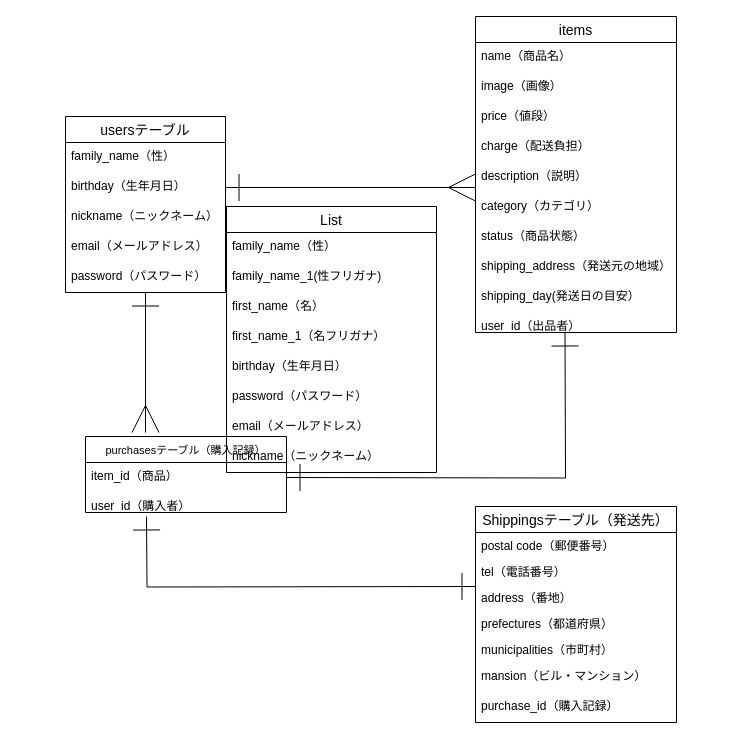
kotaro-ktr/furima-35485 keeps this draw.io diagram as furima.dio. Above is the earlier version. Source tidied: cells renumbered, new cells numbered last; positions are measured from the earlier drawing's top-left corner, leaving out a move shared by most shapes. Both pictures are drawn from the tidied source at 100%, with x=0, y=0 at pixel (65, 16).
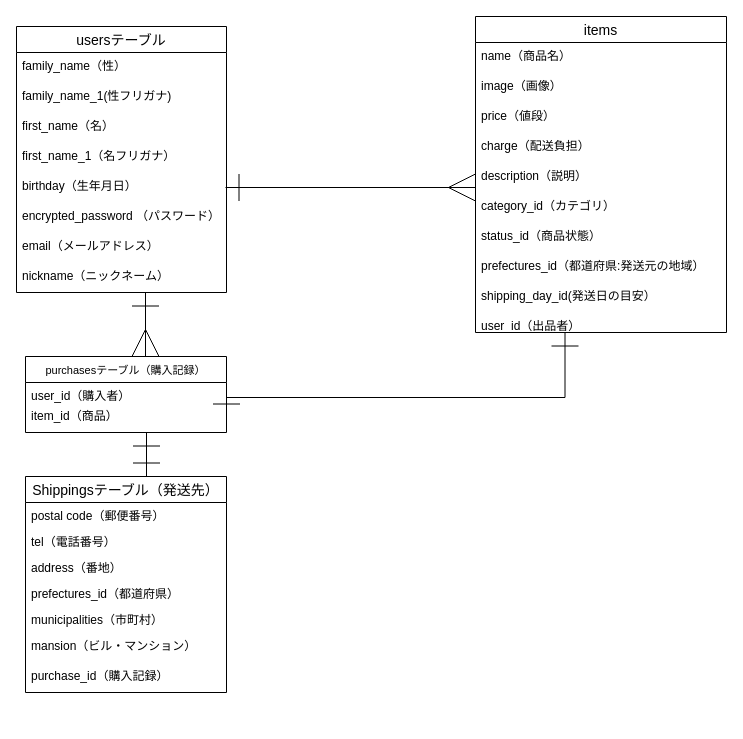
Above is the later version.

Commit message (it also covers changes not shown here):
テーブル作成とER図作成3

Diff of the diagram source:
```diff
@@
-    <mxCell id="2" value="usersテーブル" style="swimlane;fontStyle=0;horizontal=1;startSize=26;align=center;fontSize=14;" parent="1" vertex="1">
-      <mxGeometry y="100" width="160" height="176" as="geometry" />
-    </mxCell>
-    <mxCell id="3" value="family_name（性）" style="text;strokeColor=none;fillColor=none;spacingLeft=4;spacingRight=4;overflow=hidden;fontSize=12;" parent="2" vertex="1">
-      <mxGeometry y="26" width="160" height="30" as="geometry" />
-    </mxCell>
-    <mxCell id="4" value="birthday（生年月日）" style="text;strokeColor=none;fillColor=none;spacingLeft=4;spacingRight=4;overflow=hidden;points=[[0,0.5],[1,0.5]];portConstraint=eastwest;fontSize=12;" parent="2" vertex="1">
-      <mxGeometry y="56" width="160" height="30" as="geometry" />
-    </mxCell>
-    <mxCell id="5" value="nickname（ニックネーム）" style="text;strokeColor=none;fillColor=none;spacingLeft=4;spacingRight=4;overflow=hidden;fontSize=12;" parent="2" vertex="1">
-      <mxGeometry y="86" width="160" height="30" as="geometry" />
-    </mxCell>
-    <mxCell id="6" value="email（メールアドレス）" style="text;strokeColor=none;fillColor=none;spacingLeft=4;spacingRight=4;overflow=hidden;fontSize=12;" parent="2" vertex="1">
-      <mxGeometry y="116" width="160" height="30" as="geometry" />
-    </mxCell>
-    <mxCell id="7" value="password（パスワード）" style="text;strokeColor=none;fillColor=none;spacingLeft=4;spacingRight=4;overflow=hidden;fontSize=12;" parent="2" vertex="1">
-      <mxGeometry y="146" width="160" height="30" as="geometry" />
-    </mxCell>
-    <mxCell id="8" style="rounded=0;jettySize=auto;html=1;entryX=1;entryY=0.5;entryDx=0;entryDy=0;endArrow=ERone;endFill=0;startArrow=ERmany;startFill=0;endSize=25;startSize=25;" parent="1" edge="1" target="4">
+    <mxCell id="8" style="rounded=0;orthogonalLoop=1;jettySize=auto;html=1;entryX=1;entryY=0.5;entryDx=0;entryDy=0;endArrow=ERone;endFill=0;startArrow=ERmany;startFill=0;endSize=25;startSize=25;" parent="1" edge="1">
       <mxGeometry x="119" y="40" as="geometry">
         <mxPoint x="410" y="171" as="sourcePoint" />
+        <mxPoint x="160" y="171" as="targetPoint" />
       </mxGeometry>
     </mxCell>
-    <mxCell id="9" style="rounded=0;orthogonalLoop=1;jettySize=auto;html=1;startArrow=ERone;startFill=0;endArrow=ERone;endFill=0;startSize=25;endSize=25;edgeStyle=orthogonalEdgeStyle;exitX=1;exitY=0.5;exitDx=0;exitDy=0;" parent="1" edge="1">
+    <mxCell id="9" style="rounded=0;jettySize=auto;html=1;startArrow=ERone;startFill=0;endArrow=ERone;endFill=0;startSize=25;endSize=25;edgeStyle=orthogonalEdgeStyle;exitX=1;exitY=0.5;exitDx=0;exitDy=0;" parent="1" edge="1" source="12">
       <mxGeometry x="117.5" y="36" as="geometry">
-        <mxPoint x="221" y="461" as="sourcePoint" />
         <mxPoint x="499.5" y="316" as="targetPoint" />
+        <Array as="points">
+          <mxPoint x="500" y="381" />
+        </Array>
       </mxGeometry>
     </mxCell>
-    <mxCell id="10" style="rounded=0;jettySize=auto;html=1;startArrow=ERmany;startFill=0;endArrow=ERone;endFill=0;startSize=25;endSize=25;" parent="1" edge="1" target="2">
+    <mxCell id="10" style="rounded=0;orthogonalLoop=1;jettySize=auto;html=1;startArrow=ERmany;startFill=0;endArrow=ERone;endFill=0;startSize=25;endSize=25;" parent="1" edge="1">
       <mxGeometry x="119" y="40" as="geometry">
-        <mxPoint x="80" y="416" as="sourcePoint" />
+        <mxPoint x="80" y="340" as="sourcePoint" />
+        <mxPoint x="80" y="276" as="targetPoint" />
       </mxGeometry>
     </mxCell>
     <mxCell id="11" value="purchasesテーブル（購入記録）" style="swimlane;fontStyle=0;horizontal=1;startSize=26;fillColor=none;fontSize=11;" parent="1" vertex="1">
-      <mxGeometry x="20" y="420" width="201" height="76" as="geometry" />
+      <mxGeometry x="-40" y="340" width="201" height="76" as="geometry" />
     </mxCell>
+    <mxCell id="13" value="user_id（購入者）" style="text;strokeColor=none;fillColor=none;spacingLeft=4;spacingRight=4;overflow=hidden;fontSize=12;" parent="11" vertex="1">
+      <mxGeometry y="26" width="201" height="20" as="geometry" />
+    </mxCell>
     <mxCell id="12" value="item_id（商品）" style="text;strokeColor=none;fillColor=none;spacingLeft=4;spacingRight=4;overflow=hidden;points=[[0,0.5],[1,0.5]];portConstraint=eastwest;fontSize=12;" parent="11" vertex="1">
-      <mxGeometry y="26" width="201" height="30" as="geometry" />
+      <mxGeometry y="46" width="201" height="30" as="geometry" />
     </mxCell>
-    <mxCell id="13" value="user_id（購入者）" style="text;strokeColor=none;fillColor=none;spacingLeft=4;spacingRight=4;overflow=hidden;fontSize=12;" parent="11" vertex="1">
-      <mxGeometry y="56" width="201" height="20" as="geometry" />
-    </mxCell>
     <mxCell id="14" style="rounded=0;orthogonalLoop=1;jettySize=auto;html=1;endArrow=ERone;endFill=0;startArrow=ERone;startFill=0;endSize=25;startSize=25;edgeStyle=orthogonalEdgeStyle;" parent="1" edge="1">
-      <mxGeometry x="119" y="439" as="geometry">
-        <mxPoint x="410" y="570" as="sourcePoint" />
-        <mxPoint x="81" y="500" as="targetPoint" />
+      <mxGeometry x="119" y="355" as="geometry">
+        <mxPoint x="81" y="460" as="sourcePoint" />
+        <mxPoint x="81" y="416" as="targetPoint" />
       </mxGeometry>
     </mxCell>
     <mxCell id="15" value="items" style="swimlane;fontStyle=0;horizontal=1;startSize=26;align=center;fontSize=14;" parent="1" vertex="1">
-      <mxGeometry x="410" width="201" height="316" as="geometry" />
+      <mxGeometry x="410" width="251" height="316" as="geometry" />
     </mxCell>
     <mxCell id="16" value="name（商品名）" style="text;strokeColor=none;fillColor=none;spacingLeft=4;spacingRight=4;overflow=hidden;fontSize=12;" parent="15" vertex="1">
-      <mxGeometry y="26" width="201" height="30" as="geometry" />
+      <mxGeometry y="26" width="251" height="30" as="geometry" />
     </mxCell>
     <mxCell id="17" value="image（画像）" style="text;strokeColor=none;fillColor=none;spacingLeft=4;spacingRight=4;overflow=hidden;fontSize=12;" parent="15" vertex="1">
-      <mxGeometry y="56" width="201" height="30" as="geometry" />
+      <mxGeometry y="56" width="251" height="30" as="geometry" />
     </mxCell>
     <mxCell id="18" value="price（値段）" style="text;strokeColor=none;fillColor=none;spacingLeft=4;spacingRight=4;overflow=hidden;fontSize=12;" parent="15" vertex="1">
-      <mxGeometry y="86" width="201" height="30" as="geometry" />
+      <mxGeometry y="86" width="251" height="30" as="geometry" />
     </mxCell>
     <mxCell id="19" value="charge（配送負担）" style="text;strokeColor=none;fillColor=none;spacingLeft=4;spacingRight=4;overflow=hidden;fontSize=12;" parent="15" vertex="1">
-      <mxGeometry y="116" width="201" height="30" as="geometry" />
+      <mxGeometry y="116" width="251" height="30" as="geometry" />
     </mxCell>
     <mxCell id="20" value="description（説明）" style="text;strokeColor=none;fillColor=none;spacingLeft=4;spacingRight=4;overflow=hidden;fontSize=12;" parent="15" vertex="1">
-      <mxGeometry y="146" width="201" height="30" as="geometry" />
+      <mxGeometry y="146" width="251" height="30" as="geometry" />
     </mxCell>
-    <mxCell id="21" value="category（カテゴリ）" style="text;strokeColor=none;fillColor=none;spacingLeft=4;spacingRight=4;overflow=hidden;fontSize=12;" parent="15" vertex="1">
-      <mxGeometry y="176" width="201" height="30" as="geometry" />
+    <mxCell id="21" value="category_id（カテゴリ）" style="text;strokeColor=none;fillColor=none;spacingLeft=4;spacingRight=4;overflow=hidden;fontSize=12;" parent="15" vertex="1">
+      <mxGeometry y="176" width="251" height="30" as="geometry" />
     </mxCell>
-    <mxCell id="22" value="status（商品状態）" style="text;strokeColor=none;fillColor=none;spacingLeft=4;spacingRight=4;overflow=hidden;fontSize=12;" parent="15" vertex="1">
-      <mxGeometry y="206" width="201" height="30" as="geometry" />
+    <mxCell id="22" value="status_id（商品状態）" style="text;strokeColor=none;fillColor=none;spacingLeft=4;spacingRight=4;overflow=hidden;fontSize=12;" parent="15" vertex="1">
+      <mxGeometry y="206" width="251" height="30" as="geometry" />
     </mxCell>
-    <mxCell id="23" value="shipping_address（発送元の地域）" style="text;strokeColor=none;fillColor=none;spacingLeft=4;spacingRight=4;overflow=hidden;fontSize=12;" parent="15" vertex="1">
-      <mxGeometry y="236" width="201" height="30" as="geometry" />
+    <mxCell id="23" value="prefectures_id（都道府県:発送元の地域）" style="text;strokeColor=none;fillColor=none;spacingLeft=4;spacingRight=4;overflow=hidden;fontSize=12;" parent="15" vertex="1">
+      <mxGeometry y="236" width="251" height="30" as="geometry" />
     </mxCell>
-    <mxCell id="24" value="shipping_day(発送日の目安）" style="text;strokeColor=none;fillColor=none;spacingLeft=4;spacingRight=4;overflow=hidden;fontSize=12;" parent="15" vertex="1">
-      <mxGeometry y="266" width="201" height="30" as="geometry" />
+    <mxCell id="24" value="shipping_day_id(発送日の目安）" style="text;strokeColor=none;fillColor=none;spacingLeft=4;spacingRight=4;overflow=hidden;fontSize=12;" parent="15" vertex="1">
+      <mxGeometry y="266" width="251" height="30" as="geometry" />
     </mxCell>
     <mxCell id="25" value="user_id（出品者）" style="text;strokeColor=none;fillColor=none;spacingLeft=4;spacingRight=4;overflow=hidden;fontSize=12;" parent="15" vertex="1">
-      <mxGeometry y="296" width="201" height="20" as="geometry" />
+      <mxGeometry y="296" width="251" height="20" as="geometry" />
     </mxCell>
     <mxCell id="26" value="Shippingsテーブル（発送先）" style="swimlane;fontStyle=0;horizontal=1;startSize=26;align=center;fontSize=14;" parent="1" vertex="1">
-      <mxGeometry x="410" y="490" width="201" height="216" as="geometry" />
+      <mxGeometry x="-40" y="460" width="201" height="216" as="geometry" />
     </mxCell>
@@
-    <mxCell id="30" value="prefectures（都道府県）" style="text;strokeColor=none;fillColor=none;align=left;verticalAlign=top;spacingLeft=4;spacingRight=4;overflow=hidden;" parent="26" vertex="1">
+    <mxCell id="30" value="prefectures_id（都道府県）" style="text;strokeColor=none;fillColor=none;align=left;verticalAlign=top;spacingLeft=4;spacingRight=4;overflow=hidden;" parent="26" vertex="1">
       <mxGeometry y="104" width="201" height="26" as="geometry" />
     </mxCell>
@@
-    <mxCell id="34" value="List" style="swimlane;fontStyle=0;horizontal=1;startSize=26;align=center;fontSize=14;" parent="1" vertex="1">
-      <mxGeometry x="161" y="190" width="210" height="266" as="geometry" />
+    <mxCell id="34" value="usersテーブル" style="swimlane;fontStyle=0;horizontal=1;startSize=26;align=center;fontSize=14;" parent="1" vertex="1">
+      <mxGeometry x="-49" y="10" width="210" height="266" as="geometry" />
     </mxCell>
@@
-    <mxCell id="40" value="password（パスワード）" style="text;strokeColor=none;fillColor=none;spacingLeft=4;spacingRight=4;overflow=hidden;fontSize=12;" parent="34" vertex="1">
+    <mxCell id="40" value="encrypted_password （パスワード）" style="text;strokeColor=none;fillColor=none;spacingLeft=4;spacingRight=4;overflow=hidden;fontSize=12;" parent="34" vertex="1">
       <mxGeometry y="176" width="210" height="30" as="geometry" />
     </mxCell>
```
